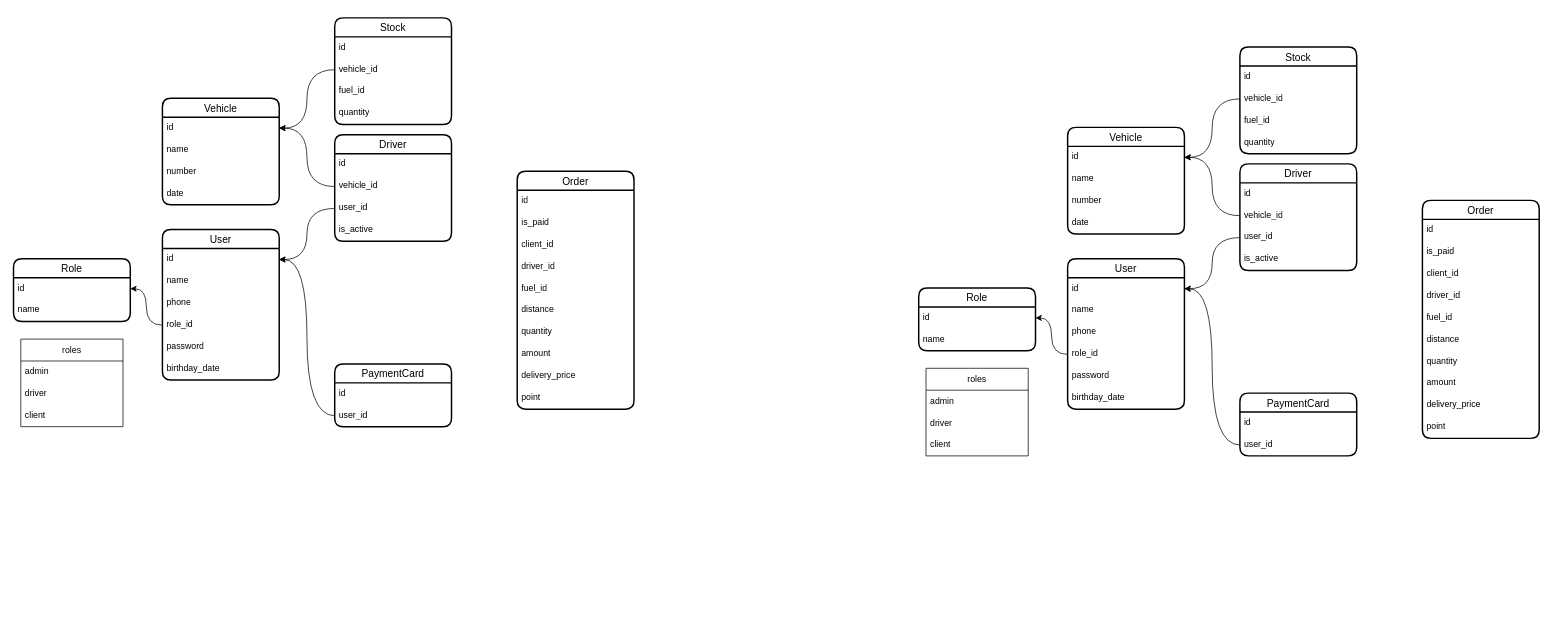
This is uzneftgaz.drawio from iztileuoff/databases, a draw.io file, before an edit. Source tidied: cells renumbered, new cells numbered last; positions are measured from the earlier drawing's top-left corner, leaving out a move shared by most shapes. Both pictures are drawn from the tidied source at 73%, with x=0, y=0 at pixel (13, 18).
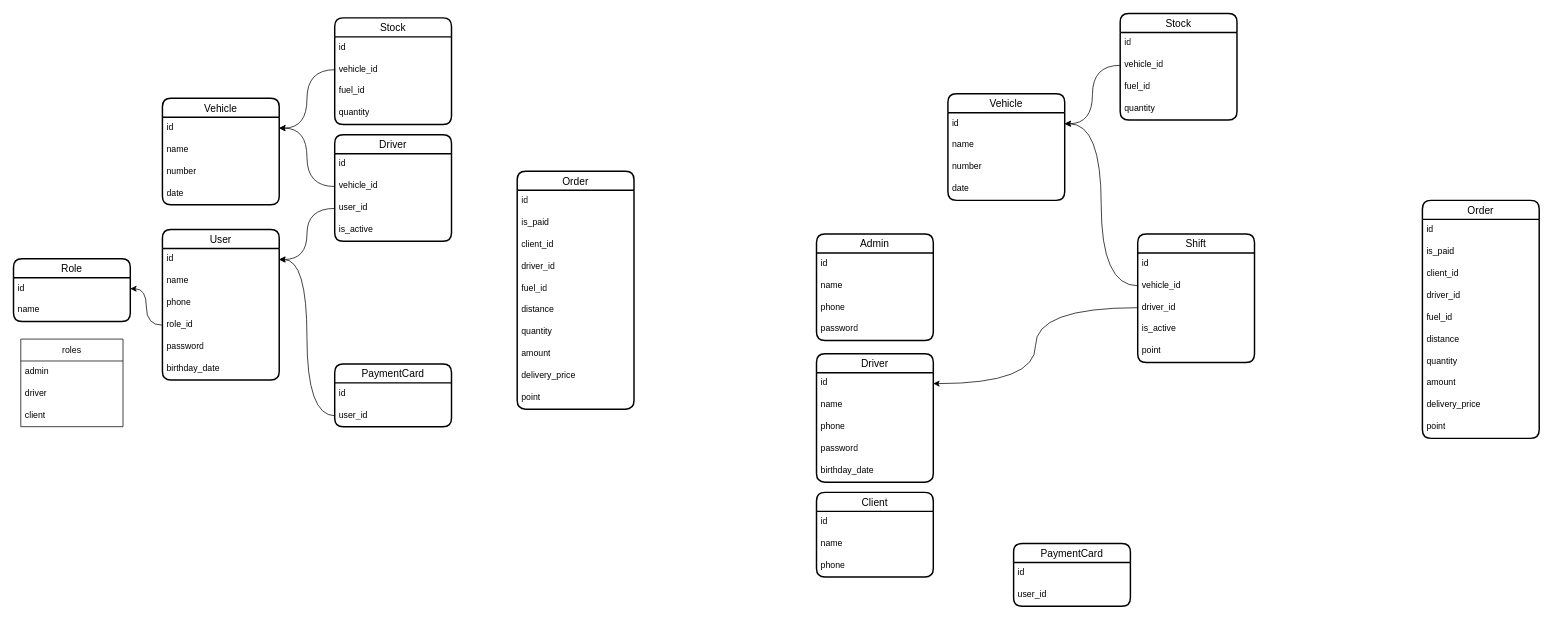
After the change.

Unchanged cells that the change refers to:
```xml
<mxCell id="51" value="id" style="text;strokeColor=none;fillColor=none;spacingLeft=4;spacingRight=4;overflow=hidden;points=[[0,0.5],[1,0.5]];portConstraint=eastwest;fontSize=12;whiteSpace=wrap;html=1;" parent="50" vertex="1">
  <mxGeometry y="26" width="160" height="30" as="geometry" />
</mxCell>
<mxCell id="78" value="id" style="text;strokeColor=none;fillColor=none;spacingLeft=4;spacingRight=4;overflow=hidden;points=[[0,0.5],[1,0.5]];portConstraint=eastwest;fontSize=12;whiteSpace=wrap;html=1;" parent="77" vertex="1">
  <mxGeometry y="26" width="160" height="30" as="geometry" />
</mxCell>
<mxCell id="96" value="user_id" style="text;strokeColor=none;fillColor=none;spacingLeft=4;spacingRight=4;overflow=hidden;points=[[0,0.5],[1,0.5]];portConstraint=eastwest;fontSize=12;whiteSpace=wrap;html=1;" parent="94" vertex="1">
  <mxGeometry y="56" width="160" height="30" as="geometry" />
</mxCell>
```

Change to the diagram source:
```diff
@@
-    <mxCell id="50" value="User" style="swimlane;fontStyle=0;horizontal=1;startSize=26;align=center;fontSize=14;strokeWidth=2;rounded=1;shadow=0;glass=0;swimlaneLine=1;" parent="1" vertex="1">
-      <mxGeometry x="1444" y="330" width="160" height="206" as="geometry" />
+    <mxCell id="50" value="Admin" style="swimlane;fontStyle=0;horizontal=1;startSize=26;align=center;fontSize=14;strokeWidth=2;rounded=1;shadow=0;glass=0;swimlaneLine=1;" parent="1" vertex="1">
+      <mxGeometry x="1100" y="296" width="160" height="146" as="geometry" />
     </mxCell>
@@
-    <mxCell id="54" value="role_id" style="text;strokeColor=none;fillColor=none;spacingLeft=4;spacingRight=4;overflow=hidden;points=[[0,0.5],[1,0.5]];portConstraint=eastwest;fontSize=12;whiteSpace=wrap;html=1;" parent="50" vertex="1">
-      <mxGeometry y="116" width="160" height="30" as="geometry" />
-    </mxCell>
     <mxCell id="55" value="password" style="text;strokeColor=none;fillColor=none;spacingLeft=4;spacingRight=4;overflow=hidden;fontSize=12;whiteSpace=wrap;html=1;" parent="50" vertex="1">
-      <mxGeometry y="146" width="160" height="30" as="geometry" />
+      <mxGeometry y="116" width="160" height="30" as="geometry" />
     </mxCell>
-    <mxCell id="56" value="birthday_date" style="text;strokeColor=none;fillColor=none;spacingLeft=4;spacingRight=4;overflow=hidden;fontSize=12;whiteSpace=wrap;html=1;" parent="50" vertex="1">
-      <mxGeometry y="176" width="160" height="30" as="geometry" />
-    </mxCell>
-    <mxCell id="57" value="Role" style="swimlane;fontStyle=0;horizontal=1;startSize=26;align=center;fontSize=14;strokeWidth=2;rounded=1;shadow=0;glass=0;swimlaneLine=1;" parent="1" vertex="1">
-      <mxGeometry x="1240" y="370" width="160" height="86" as="geometry" />
-    </mxCell>
-    <mxCell id="58" value="id" style="text;strokeColor=none;fillColor=none;spacingLeft=4;spacingRight=4;overflow=hidden;points=[[0,0.5],[1,0.5]];portConstraint=eastwest;fontSize=12;whiteSpace=wrap;html=1;" parent="57" vertex="1">
-      <mxGeometry y="26" width="160" height="30" as="geometry" />
-    </mxCell>
-    <mxCell id="59" value="name" style="text;strokeColor=none;fillColor=none;spacingLeft=4;spacingRight=4;overflow=hidden;fontSize=12;whiteSpace=wrap;html=1;" parent="57" vertex="1">
-      <mxGeometry y="56" width="160" height="30" as="geometry" />
-    </mxCell>
-    <mxCell id="60" style="edgeStyle=orthogonalEdgeStyle;rounded=0;jettySize=auto;html=1;entryX=1;entryY=0.5;entryDx=0;entryDy=0;curved=1;" parent="1" edge="1" source="54" target="58">
-      <mxGeometry relative="1" as="geometry" />
-    </mxCell>
@@
     <mxCell id="72" value="Stock" style="swimlane;fontStyle=0;horizontal=1;startSize=26;align=center;fontSize=14;strokeWidth=2;rounded=1;shadow=0;glass=0;swimlaneLine=1;" parent="1" vertex="1">
-      <mxGeometry x="1680" y="40" width="160" height="146" as="geometry" />
+      <mxGeometry x="1516" y="-6" width="160" height="146" as="geometry" />
     </mxCell>
@@
     <mxCell id="77" value="Vehicle" style="swimlane;fontStyle=0;horizontal=1;startSize=26;align=center;fontSize=14;strokeWidth=2;rounded=1;shadow=0;glass=0;swimlaneLine=1;" parent="1" vertex="1">
-      <mxGeometry x="1444" y="150" width="160" height="146" as="geometry" />
+      <mxGeometry x="1280" y="104" width="160" height="146" as="geometry" />
     </mxCell>
@@
-    <mxCell id="83" value="roles" style="swimlane;fontStyle=0;horizontal=1;startSize=30;whiteSpace=wrap;html=1;" parent="1" vertex="1">
-      <mxGeometry x="1250" y="480" width="140" height="120" as="geometry" />
-    </mxCell>
-    <mxCell id="84" value="admin" style="text;strokeColor=none;fillColor=none;align=left;verticalAlign=middle;spacingLeft=4;spacingRight=4;overflow=hidden;whiteSpace=wrap;html=1;" parent="83" vertex="1">
-      <mxGeometry y="30" width="140" height="30" as="geometry" />
-    </mxCell>
-    <mxCell id="85" value="driver" style="text;strokeColor=none;fillColor=none;align=left;verticalAlign=middle;spacingLeft=4;spacingRight=4;overflow=hidden;whiteSpace=wrap;html=1;" parent="83" vertex="1">
-      <mxGeometry y="60" width="140" height="30" as="geometry" />
-    </mxCell>
-    <mxCell id="86" value="client" style="text;strokeColor=none;fillColor=none;align=left;verticalAlign=middle;spacingLeft=4;spacingRight=4;overflow=hidden;whiteSpace=wrap;html=1;" parent="83" vertex="1">
-      <mxGeometry y="90" width="140" height="30" as="geometry" />
-    </mxCell>
-    <mxCell id="87" value="Driver" style="swimlane;fontStyle=0;horizontal=1;startSize=26;align=center;fontSize=14;strokeWidth=2;rounded=1;shadow=0;glass=0;swimlaneLine=1;" parent="1" vertex="1">
-      <mxGeometry x="1680" y="200" width="160" height="146" as="geometry" />
-    </mxCell>
-    <mxCell id="88" value="id" style="text;strokeColor=none;fillColor=none;spacingLeft=4;spacingRight=4;overflow=hidden;fontSize=12;whiteSpace=wrap;html=1;" parent="87" vertex="1">
-      <mxGeometry y="26" width="160" height="30" as="geometry" />
-    </mxCell>
-    <mxCell id="89" value="vehicle_id" style="text;strokeColor=none;fillColor=none;spacingLeft=4;spacingRight=4;overflow=hidden;points=[[0,0.5],[1,0.5]];portConstraint=eastwest;fontSize=12;whiteSpace=wrap;html=1;" parent="87" vertex="1">
-      <mxGeometry y="56" width="160" height="30" as="geometry" />
-    </mxCell>
-    <mxCell id="90" value="user_id" style="text;strokeColor=none;fillColor=none;spacingLeft=4;spacingRight=4;overflow=hidden;points=[[0,0.5],[1,0.5]];portConstraint=eastwest;fontSize=12;whiteSpace=wrap;html=1;" parent="87" vertex="1">
-      <mxGeometry y="86" width="160" height="30" as="geometry" />
-    </mxCell>
-    <mxCell id="91" value="is_active" style="text;strokeColor=none;fillColor=none;spacingLeft=4;spacingRight=4;overflow=hidden;fontSize=12;whiteSpace=wrap;html=1;" parent="87" vertex="1">
-      <mxGeometry y="116" width="160" height="30" as="geometry" />
-    </mxCell>
-    <mxCell id="92" style="edgeStyle=orthogonalEdgeStyle;rounded=0;jettySize=auto;html=1;entryX=1;entryY=0.5;entryDx=0;entryDy=0;curved=1;" parent="1" edge="1" source="90" target="51">
-      <mxGeometry relative="1" as="geometry" />
-    </mxCell>
-    <mxCell id="93" style="edgeStyle=orthogonalEdgeStyle;rounded=0;jettySize=auto;html=1;entryX=1;entryY=0.5;entryDx=0;entryDy=0;curved=1;" parent="1" edge="1" source="89" target="78">
-      <mxGeometry relative="1" as="geometry" />
-    </mxCell>
     <mxCell id="94" value="PaymentCard" style="swimlane;fontStyle=0;horizontal=1;startSize=26;align=center;fontSize=14;strokeWidth=2;rounded=1;shadow=0;glass=0;swimlaneLine=1;" parent="1" vertex="1">
-      <mxGeometry x="1680" y="514" width="160" height="86" as="geometry" />
+      <mxGeometry x="1370" y="720" width="160" height="86" as="geometry" />
     </mxCell>
@@
-    <mxCell id="97" style="edgeStyle=orthogonalEdgeStyle;rounded=0;jettySize=auto;html=1;entryX=1;entryY=0.5;entryDx=0;entryDy=0;curved=1;" parent="1" edge="1" source="96" target="51">
-      <mxGeometry relative="1" as="geometry" />
-    </mxCell>
+    <mxCell id="87" value="Driver" style="swimlane;fontStyle=0;horizontal=1;startSize=26;align=center;fontSize=14;strokeWidth=2;rounded=1;shadow=0;glass=0;swimlaneLine=1;" parent="1" vertex="1">
+      <mxGeometry x="1100" y="460" width="160" height="176" as="geometry" />
+    </mxCell>
+    <mxCell id="98" value="id" style="text;strokeColor=none;fillColor=none;spacingLeft=4;spacingRight=4;overflow=hidden;points=[[0,0.5],[1,0.5]];portConstraint=eastwest;fontSize=12;whiteSpace=wrap;html=1;" parent="87" vertex="1">
+      <mxGeometry y="26" width="160" height="30" as="geometry" />
+    </mxCell>
+    <mxCell id="99" value="name" style="text;strokeColor=none;fillColor=none;spacingLeft=4;spacingRight=4;overflow=hidden;fontSize=12;whiteSpace=wrap;html=1;" parent="87" vertex="1">
+      <mxGeometry y="56" width="160" height="30" as="geometry" />
+    </mxCell>
+    <mxCell id="100" value="phone" style="text;strokeColor=none;fillColor=none;spacingLeft=4;spacingRight=4;overflow=hidden;fontSize=12;whiteSpace=wrap;html=1;" parent="87" vertex="1">
+      <mxGeometry y="86" width="160" height="30" as="geometry" />
+    </mxCell>
+    <mxCell id="101" value="password" style="text;strokeColor=none;fillColor=none;spacingLeft=4;spacingRight=4;overflow=hidden;fontSize=12;whiteSpace=wrap;html=1;" parent="87" vertex="1">
+      <mxGeometry y="116" width="160" height="30" as="geometry" />
+    </mxCell>
+    <mxCell id="56" value="birthday_date" style="text;strokeColor=none;fillColor=none;spacingLeft=4;spacingRight=4;overflow=hidden;fontSize=12;whiteSpace=wrap;html=1;" parent="87" vertex="1">
+      <mxGeometry y="146" width="160" height="30" as="geometry" />
+    </mxCell>
+    <mxCell id="102" value="Client" style="swimlane;fontStyle=0;horizontal=1;startSize=26;align=center;fontSize=14;strokeWidth=2;rounded=1;shadow=0;glass=0;swimlaneLine=1;" parent="1" vertex="1">
+      <mxGeometry x="1100" y="650" width="160" height="116" as="geometry" />
+    </mxCell>
+    <mxCell id="103" value="id" style="text;strokeColor=none;fillColor=none;spacingLeft=4;spacingRight=4;overflow=hidden;fontSize=12;whiteSpace=wrap;html=1;" parent="102" vertex="1">
+      <mxGeometry y="26" width="160" height="30" as="geometry" />
+    </mxCell>
+    <mxCell id="104" value="name" style="text;strokeColor=none;fillColor=none;spacingLeft=4;spacingRight=4;overflow=hidden;fontSize=12;whiteSpace=wrap;html=1;" parent="102" vertex="1">
+      <mxGeometry y="56" width="160" height="30" as="geometry" />
+    </mxCell>
+    <mxCell id="105" value="phone" style="text;strokeColor=none;fillColor=none;spacingLeft=4;spacingRight=4;overflow=hidden;fontSize=12;whiteSpace=wrap;html=1;" parent="102" vertex="1">
+      <mxGeometry y="86" width="160" height="30" as="geometry" />
+    </mxCell>
+    <mxCell id="106" value="Shift" style="swimlane;fontStyle=0;horizontal=1;startSize=26;align=center;fontSize=14;strokeWidth=2;rounded=1;shadow=0;glass=0;swimlaneLine=1;" parent="1" vertex="1">
+      <mxGeometry x="1540" y="296" width="160" height="176" as="geometry" />
+    </mxCell>
+    <mxCell id="107" value="id" style="text;strokeColor=none;fillColor=none;spacingLeft=4;spacingRight=4;overflow=hidden;fontSize=12;whiteSpace=wrap;html=1;" parent="106" vertex="1">
+      <mxGeometry y="26" width="160" height="30" as="geometry" />
+    </mxCell>
+    <mxCell id="89" value="vehicle_id" style="text;strokeColor=none;fillColor=none;spacingLeft=4;spacingRight=4;overflow=hidden;points=[[0,0.5],[1,0.5]];portConstraint=eastwest;fontSize=12;whiteSpace=wrap;html=1;" parent="106" vertex="1">
+      <mxGeometry y="56" width="160" height="30" as="geometry" />
+    </mxCell>
+    <mxCell id="108" value="driver_id" style="text;strokeColor=none;fillColor=none;spacingLeft=4;spacingRight=4;overflow=hidden;points=[[0,0.5],[1,0.5]];portConstraint=eastwest;fontSize=12;whiteSpace=wrap;html=1;" parent="106" vertex="1">
+      <mxGeometry y="86" width="160" height="30" as="geometry" />
+    </mxCell>
+    <mxCell id="91" value="is_active" style="text;strokeColor=none;fillColor=none;spacingLeft=4;spacingRight=4;overflow=hidden;fontSize=12;whiteSpace=wrap;html=1;" parent="106" vertex="1">
+      <mxGeometry y="116" width="160" height="30" as="geometry" />
+    </mxCell>
+    <mxCell id="109" value="point" style="text;strokeColor=none;fillColor=none;spacingLeft=4;spacingRight=4;overflow=hidden;fontSize=12;whiteSpace=wrap;html=1;" parent="106" vertex="1">
+      <mxGeometry y="146" width="160" height="30" as="geometry" />
+    </mxCell>
+    <mxCell id="110" style="edgeStyle=orthogonalEdgeStyle;rounded=0;jettySize=auto;html=1;entryX=1;entryY=0.5;entryDx=0;entryDy=0;curved=1;" parent="1" edge="1" source="108" target="98">
+      <mxGeometry relative="1" as="geometry" />
+    </mxCell>
+    <mxCell id="93" style="edgeStyle=orthogonalEdgeStyle;rounded=0;jettySize=auto;html=1;entryX=1;entryY=0.5;entryDx=0;entryDy=0;curved=1;" parent="1" edge="1" source="89" target="78">
+      <mxGeometry relative="1" as="geometry" />
+    </mxCell>
```
